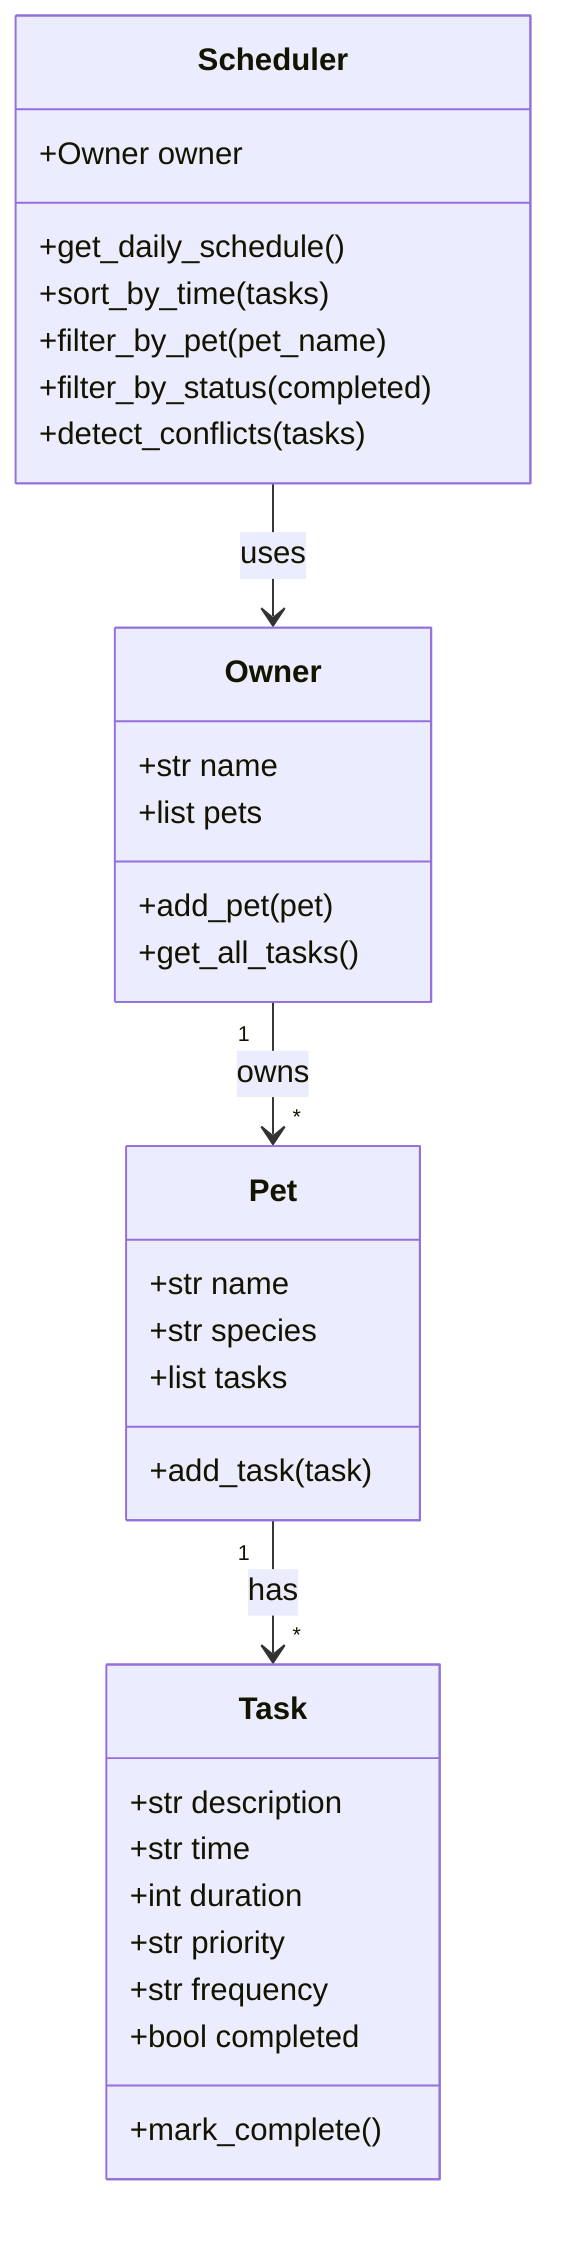
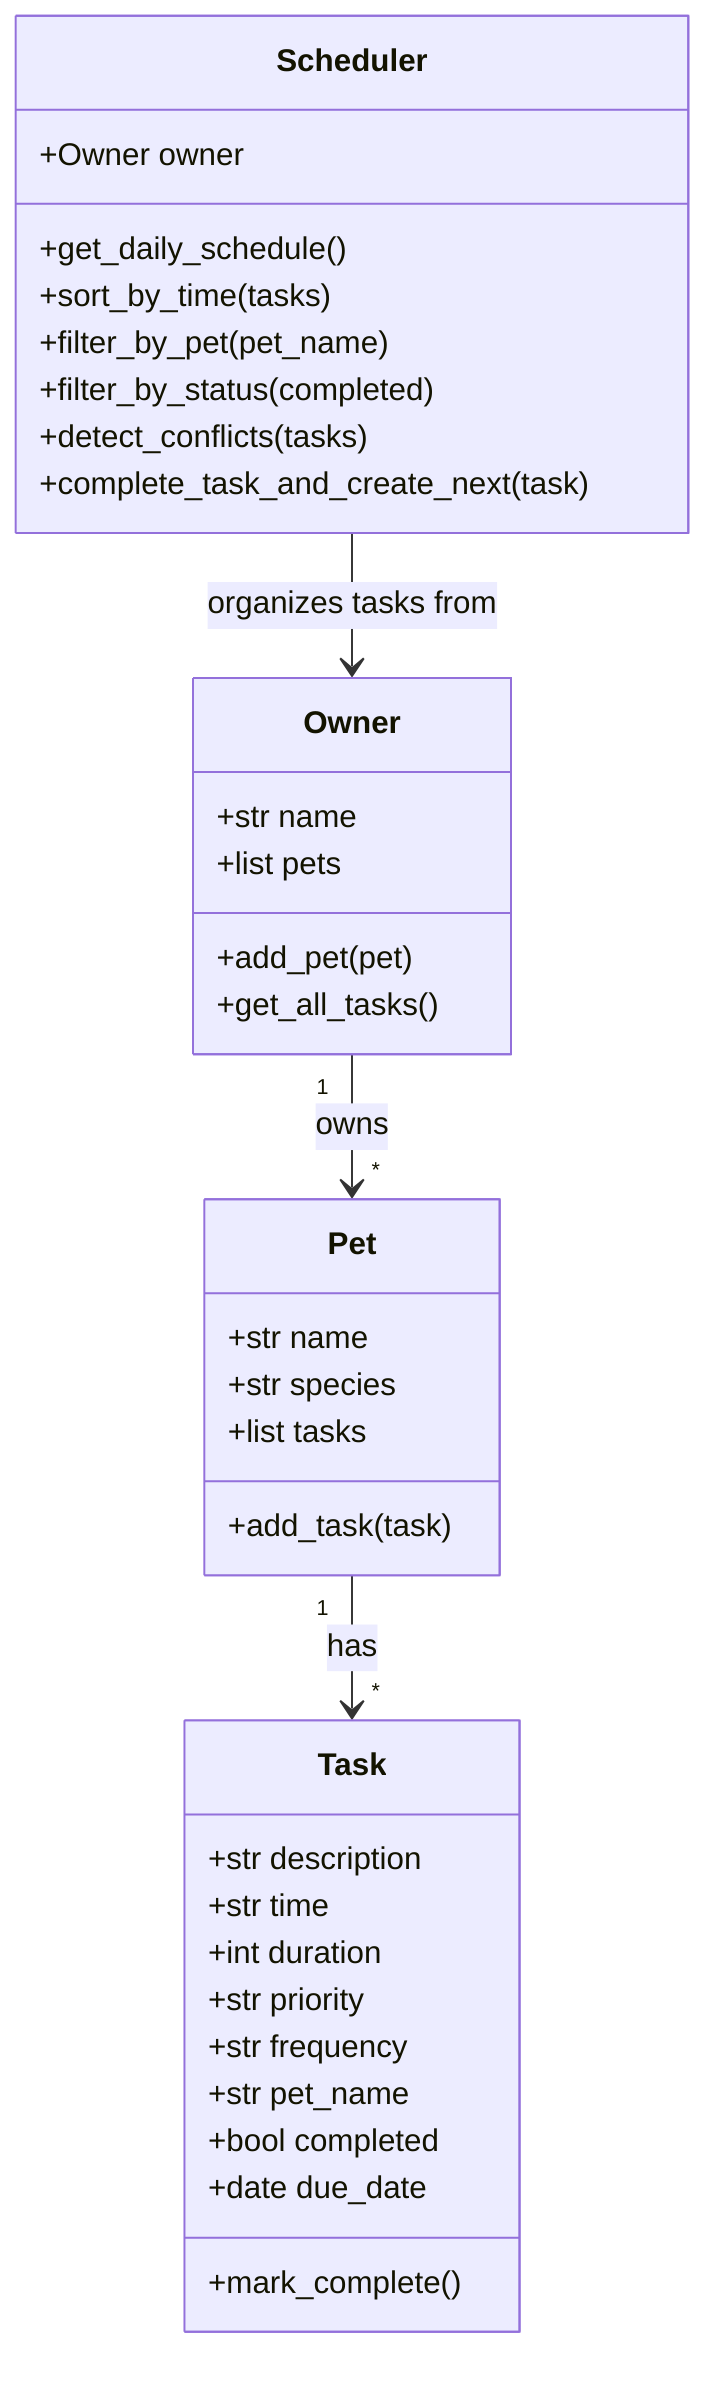
classDiagram
    class Owner {
        +str name
        +list pets
        +add_pet(pet)
        +get_all_tasks()
    }

    class Pet {
        +str name
        +str species
        +list tasks
        +add_task(task)
    }

    class Task {
        +str description
        +str time
        +int duration
        +str priority
        +str frequency
+         +str pet_name
        +bool completed
+         +date due_date
        +mark_complete()
    }

    class Scheduler {
        +Owner owner
        +get_daily_schedule()
        +sort_by_time(tasks)
        +filter_by_pet(pet_name)
        +filter_by_status(completed)
        +detect_conflicts(tasks)
+         +complete_task_and_create_next(task)
    }

    Owner "1" --> "*" Pet : owns
    Pet "1" --> "*" Task : has
-     Scheduler --> Owner : uses+     Scheduler --> Owner : organizes tasks from